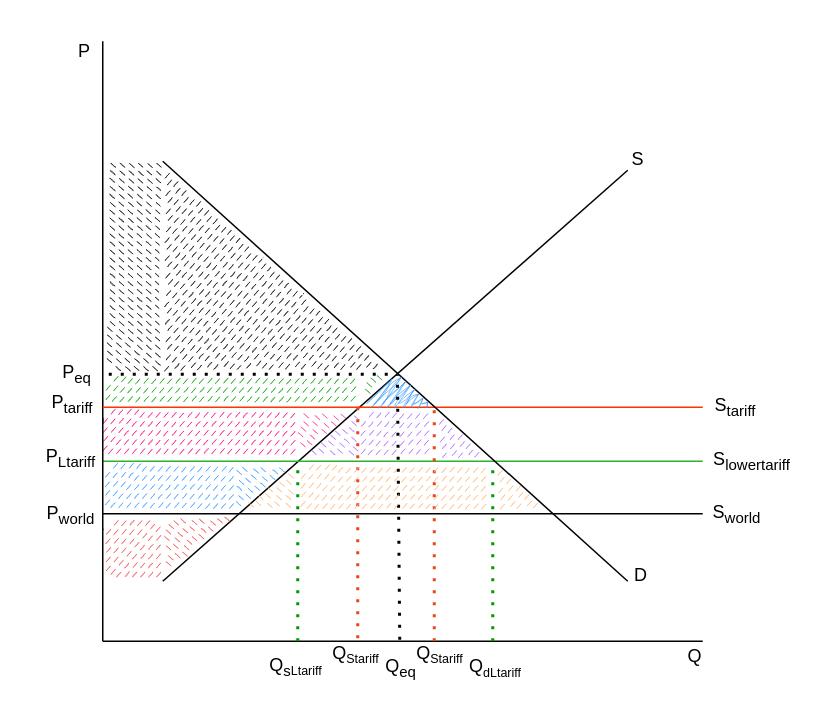
The draw.io diagram Diagramma bez nosaukuma.drawio in MareksNo/Chat-Application, before the edit. Source tidied: cells renumbered, new cells numbered last; positions are measured from the earlier drawing's top-left corner, leaving out a move shared by most shapes. Both pictures are drawn from the tidied source at 150%, with x=0, y=0 at pixel (26, 26).
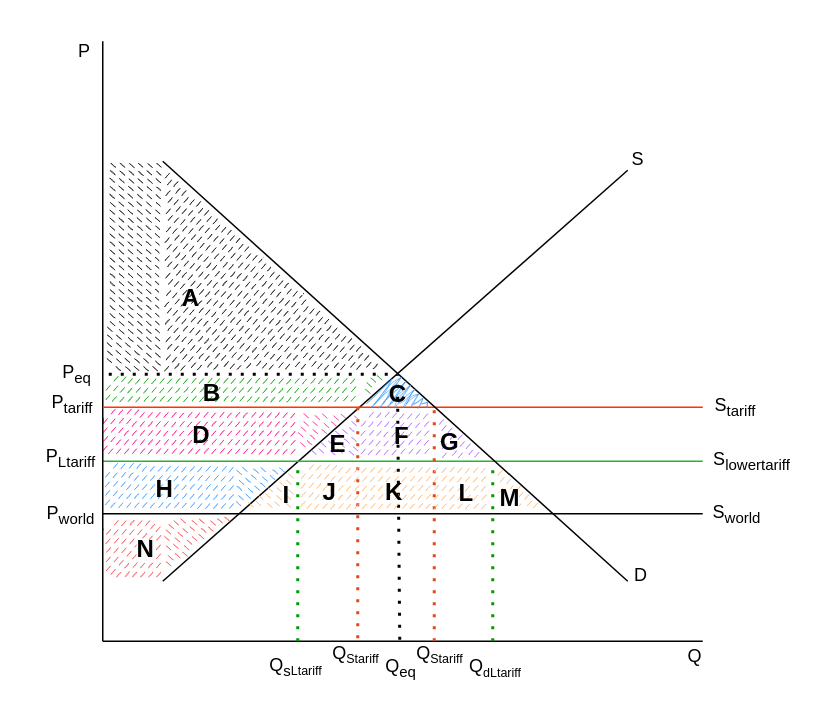
After the change.

The edit, as a diff of the source:
```diff
@@
+    <mxCell id="50" value="&lt;b style=&quot;border-color: var(--border-color);&quot;&gt;&lt;font style=&quot;border-color: var(--border-color); font-size: 16px;&quot;&gt;A&lt;/font&gt;&lt;/b&gt;" style="text;html=1;align=center;verticalAlign=middle;whiteSpace=wrap;rounded=0;" parent="1" vertex="1">
+      <mxGeometry x="73" y="158" width="74" height="46" as="geometry" />
+    </mxCell>
+    <mxCell id="51" value="&lt;b style=&quot;border-color: var(--border-color);&quot;&gt;&lt;font style=&quot;border-color: var(--border-color); font-size: 16px;&quot;&gt;H&lt;/font&gt;&lt;/b&gt;" style="text;html=1;align=center;verticalAlign=middle;whiteSpace=wrap;rounded=0;" parent="1" vertex="1">
+      <mxGeometry x="54" y="285" width="77" height="46" as="geometry" />
+    </mxCell>
+    <mxCell id="52" value="&lt;b style=&quot;border-color: var(--border-color);&quot;&gt;&lt;font style=&quot;border-color: var(--border-color); font-size: 16px;&quot;&gt;F&lt;/font&gt;&lt;/b&gt;" style="text;html=1;align=center;verticalAlign=middle;whiteSpace=wrap;rounded=0;" parent="1" vertex="1">
+      <mxGeometry x="212" y="249.8" width="77" height="46" as="geometry" />
+    </mxCell>
+    <mxCell id="53" value="&lt;b style=&quot;border-color: var(--border-color);&quot;&gt;&lt;font style=&quot;border-color: var(--border-color); font-size: 16px;&quot;&gt;B&lt;/font&gt;&lt;/b&gt;" style="text;html=1;align=center;verticalAlign=middle;whiteSpace=wrap;rounded=0;" parent="1" vertex="1">
+      <mxGeometry x="87" y="221" width="74" height="46" as="geometry" />
+    </mxCell>
+    <mxCell id="54" value="&lt;b style=&quot;border-color: var(--border-color);&quot;&gt;&lt;font style=&quot;border-color: var(--border-color); font-size: 16px;&quot;&gt;C&lt;/font&gt;&lt;/b&gt;" style="text;html=1;align=center;verticalAlign=middle;whiteSpace=wrap;rounded=0;" parent="1" vertex="1">
+      <mxGeometry x="211" y="222" width="74" height="46" as="geometry" />
+    </mxCell>
+    <mxCell id="55" value="&lt;b style=&quot;border-color: var(--border-color);&quot;&gt;&lt;font style=&quot;border-color: var(--border-color); font-size: 16px;&quot;&gt;D&lt;/font&gt;&lt;/b&gt;" style="text;html=1;align=center;verticalAlign=middle;whiteSpace=wrap;rounded=0;" parent="1" vertex="1">
+      <mxGeometry x="80" y="249" width="74" height="46" as="geometry" />
+    </mxCell>
+    <mxCell id="56" value="&lt;b style=&quot;border-color: var(--border-color);&quot;&gt;&lt;font style=&quot;border-color: var(--border-color); font-size: 16px;&quot;&gt;E&lt;/font&gt;&lt;/b&gt;" style="text;html=1;align=center;verticalAlign=middle;whiteSpace=wrap;rounded=0;" parent="1" vertex="1">
+      <mxGeometry x="171" y="255" width="74" height="46" as="geometry" />
+    </mxCell>
+    <mxCell id="57" value="&lt;b style=&quot;border-color: var(--border-color);&quot;&gt;&lt;font style=&quot;border-color: var(--border-color); font-size: 16px;&quot;&gt;G&lt;/font&gt;&lt;/b&gt;" style="text;html=1;align=center;verticalAlign=middle;whiteSpace=wrap;rounded=0;" parent="1" vertex="1">
+      <mxGeometry x="244" y="254" width="77" height="46" as="geometry" />
+    </mxCell>
+    <mxCell id="58" value="&lt;b style=&quot;border-color: var(--border-color);&quot;&gt;&lt;font style=&quot;border-color: var(--border-color); font-size: 16px;&quot;&gt;I&lt;/font&gt;&lt;/b&gt;" style="text;html=1;align=center;verticalAlign=middle;whiteSpace=wrap;rounded=0;" parent="1" vertex="1">
+      <mxGeometry x="135" y="289" width="77" height="46" as="geometry" />
+    </mxCell>
+    <mxCell id="59" value="&lt;b style=&quot;border-color: var(--border-color);&quot;&gt;&lt;font style=&quot;border-color: var(--border-color); font-size: 16px;&quot;&gt;J&lt;/font&gt;&lt;/b&gt;" style="text;html=1;align=center;verticalAlign=middle;whiteSpace=wrap;rounded=0;" parent="1" vertex="1">
+      <mxGeometry x="164" y="287" width="77" height="46" as="geometry" />
+    </mxCell>
+    <mxCell id="60" value="&lt;b style=&quot;border-color: var(--border-color);&quot;&gt;&lt;font style=&quot;border-color: var(--border-color); font-size: 16px;&quot;&gt;K&lt;/font&gt;&lt;/b&gt;" style="text;html=1;align=center;verticalAlign=middle;whiteSpace=wrap;rounded=0;" parent="1" vertex="1">
+      <mxGeometry x="207" y="287" width="77" height="46" as="geometry" />
+    </mxCell>
+    <mxCell id="61" value="&lt;b style=&quot;border-color: var(--border-color);&quot;&gt;&lt;font style=&quot;border-color: var(--border-color); font-size: 16px;&quot;&gt;L&lt;/font&gt;&lt;/b&gt;" style="text;html=1;align=center;verticalAlign=middle;whiteSpace=wrap;rounded=0;" parent="1" vertex="1">
+      <mxGeometry x="255" y="288" width="77" height="46" as="geometry" />
+    </mxCell>
+    <mxCell id="62" value="&lt;b style=&quot;border-color: var(--border-color); color: rgb(0, 0, 0); font-family: Helvetica; font-size: 12px; font-style: normal; font-variant-ligatures: normal; font-variant-caps: normal; letter-spacing: normal; orphans: 2; text-align: center; text-indent: 0px; text-transform: none; widows: 2; word-spacing: 0px; -webkit-text-stroke-width: 0px; background-color: rgb(251, 251, 251); text-decoration-thickness: initial; text-decoration-style: initial; text-decoration-color: initial;&quot;&gt;&lt;font style=&quot;border-color: var(--border-color); font-size: 16px;&quot;&gt;M&lt;/font&gt;&lt;/b&gt;" style="text;whiteSpace=wrap;html=1;" parent="1" vertex="1">
+      <mxGeometry x="314" y="298" width="30" height="33" as="geometry" />
+    </mxCell>
+    <mxCell id="63" value="&lt;b style=&quot;border-color: var(--border-color); color: rgb(0, 0, 0); font-family: Helvetica; font-size: 12px; font-style: normal; font-variant-ligatures: normal; font-variant-caps: normal; letter-spacing: normal; orphans: 2; text-align: center; text-indent: 0px; text-transform: none; widows: 2; word-spacing: 0px; -webkit-text-stroke-width: 0px; background-color: rgb(251, 251, 251); text-decoration-thickness: initial; text-decoration-style: initial; text-decoration-color: initial;&quot;&gt;&lt;font style=&quot;border-color: var(--border-color); font-size: 16px;&quot;&gt;N&lt;/font&gt;&lt;/b&gt;" style="text;whiteSpace=wrap;html=1;" parent="1" vertex="1">
+      <mxGeometry x="72" y="332" width="30" height="33" as="geometry" />
+    </mxCell>
```
